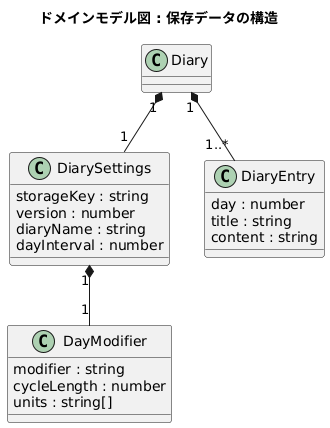
urusakuma/GameDiary keeps this PlantUML diagram as images/domainModel.png. Above is the earlier version.
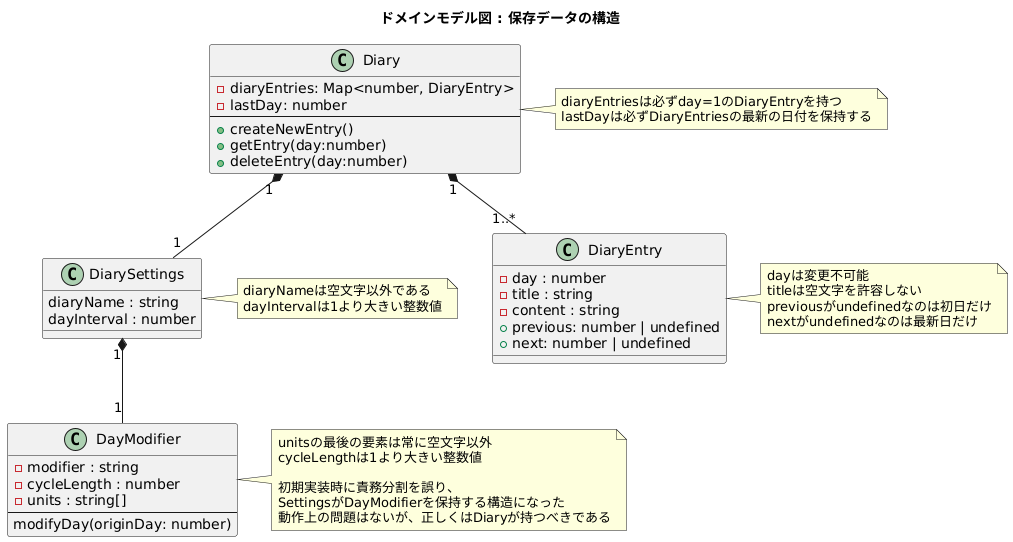
Above is the later version.

Commit message:
レイヤ構成図の修正 Fixes #255

The edit, as a diff of the source:
```diff
@@ -2,26 +2,56 @@
 title "ドメインモデル図 : 保存データの構造"
 
 class Diary {
+  - diaryEntries: Map<number, DiaryEntry>
+  - lastDay: number
+  ---
+  + createNewEntry()
+  + getEntry(day:number)
+  + deleteEntry(day:number)
 }
+note right
+diaryEntriesは必ずday=1のDiaryEntryを持つ
+lastDayは必ずDiaryEntriesの最新の日付を保持する
+end note
 
 class DiarySettings {
-  storageKey : string
-  version : number
   diaryName : string
   dayInterval : number
 }
+note right
+diaryNameは空文字以外である
+dayIntervalは1より大きい整数値
+end note
 
 class DayModifier  {
-  modifier : string
-  cycleLength : number
-  units : string[]
+  - modifier : string
+  - cycleLength : number
+  - units : string[]
+  ---
+  modifyDay(originDay: number)
 }
+note right
+unitsの最後の要素は常に空文字以外
+cycleLengthは1より大きい整数値
+
+初期実装時に責務分割を誤り、
+SettingsがDayModifierを保持する構造になった
+動作上の問題はないが、正しくはDiaryが持つべきである
+end note
 
 class DiaryEntry {
-  day : number
-  title : string
-  content : string
+  - day : number
+  - title : string
+  - content : string
+  + previous: number | undefined
+  + next: number | undefined
 }
+note right
+dayは変更不可能
+titleは空文字を許容しない
+previousがundefinedなのは初日だけ
+nextがundefinedなのは最新日だけ
+end note
 
 Diary "1" *-- "1" DiarySettings
 DiarySettings "1" *-- "1" DayModifier
```
